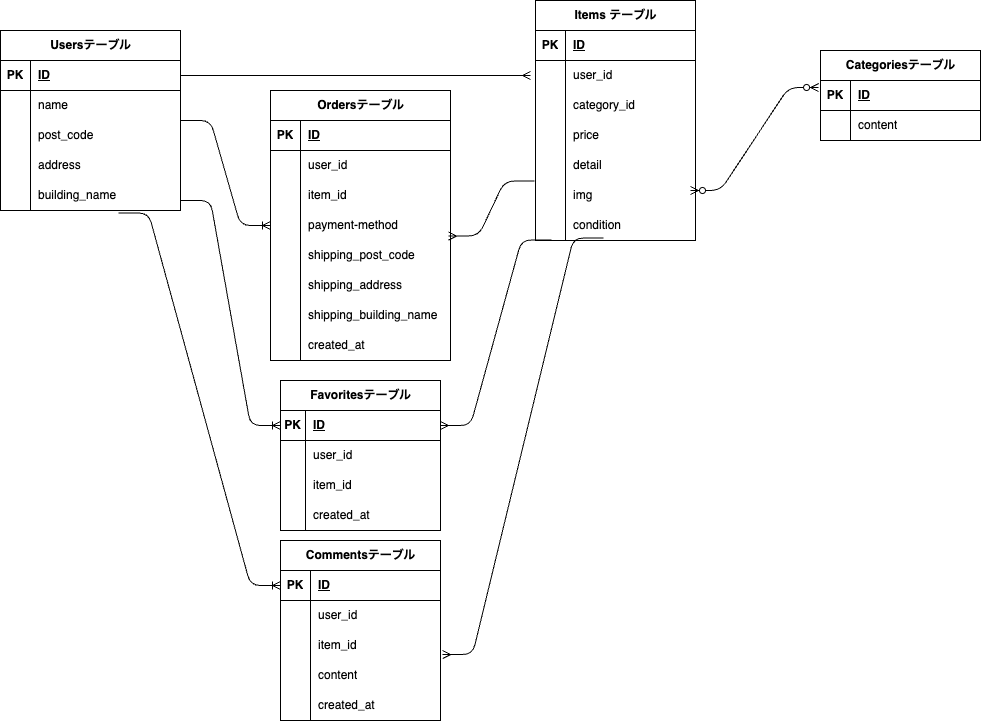
This is Mock-caseER.drawio.png from kazyuaki/flea-market-app, a draw.io export, as it was before one commit. Source tidied: cells renumbered, new cells last; positions are measured from the earlier drawing's top-left corner, leaving out a move shared by most shapes.
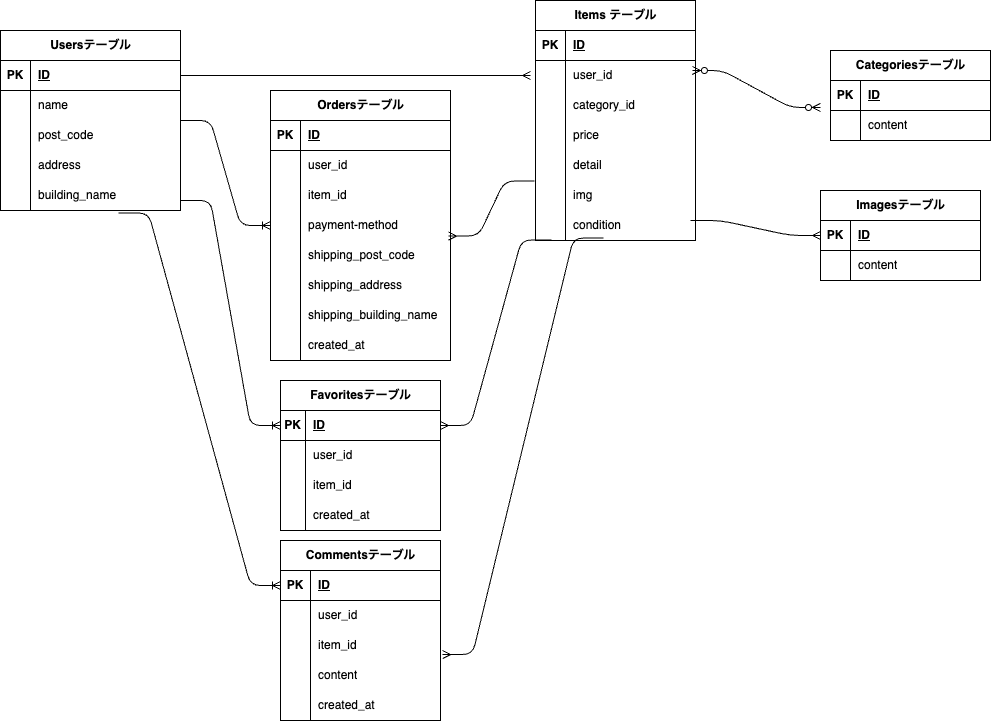
Later version of the same file.

What changed in the source:
```diff
@@ -116,8 +116,8 @@
     <mxCell id="39" value="&lt;span style=&quot;color: rgb(0, 0, 0);&quot;&gt;condition&lt;/span&gt;" style="shape=partialRectangle;fillColor=none;top=0;left=0;bottom=0;right=0;align=left;spacingLeft=6;overflow=hidden;whiteSpace=wrap;html=1;" parent="37" vertex="1">
       <mxGeometry x="30" width="130" height="30" as="geometry" />
     </mxCell>
-    <mxCell id="40" value="Categoriesテーブル" style="shape=table;startSize=30;rowLines=0;fontStyle=1;align=center;html=1;" parent="1" vertex="1">
-      <mxGeometry x="820" y="50" width="160" height="90" as="geometry" />
+    <mxCell id="40" value="Imagesテーブル" style="shape=table;startSize=30;rowLines=0;fontStyle=1;align=center;html=1;" parent="1" vertex="1">
+      <mxGeometry x="820" y="190" width="160" height="90" as="geometry" />
     </mxCell>
     <mxCell id="41" style="shape=tableRow;horizontal=0;startSize=0;swimlaneHead=0;swimlaneBody=0;fillColor=none;points=[[0,0.5],[1,0.5]];portConstraint=eastwest;top=0;left=0;right=0;bottom=1;" parent="40" vertex="1">
       <mxGeometry y="30" width="160" height="30" as="geometry" />
@@ -326,10 +326,37 @@
     <mxCell id="107" style="edgeStyle=entityRelationEdgeStyle;fontSize=12;html=1;endArrow=ERmany;entryX=1.013;entryY=0.8;entryDx=0;entryDy=0;exitX=0.425;exitY=0.917;exitDx=0;exitDy=0;exitPerimeter=0;entryPerimeter=0;" parent="1" edge="1" source="37" target="92">
       <mxGeometry relative="1" as="geometry" />
     </mxCell>
-    <mxCell id="108" style="edgeStyle=entityRelationEdgeStyle;fontSize=12;html=1;endArrow=ERzeroToMany;endFill=1;startArrow=ERzeroToMany;entryX=-0.012;entryY=0.233;entryDx=0;entryDy=0;entryPerimeter=0;" parent="1" edge="1" target="41">
+    <mxCell id="108" style="edgeStyle=entityRelationEdgeStyle;fontSize=12;html=1;endArrow=ERzeroToMany;endFill=1;startArrow=ERzeroToMany;entryX=-0.012;entryY=0.233;entryDx=0;entryDy=0;entryPerimeter=0;" parent="1" edge="1">
       <mxGeometry relative="1" as="geometry">
-        <mxPoint x="690" y="190" as="sourcePoint" />
+        <mxPoint x="691.9" y="70" as="sourcePoint" />
+        <mxPoint x="820" y="107" as="targetPoint" />
       </mxGeometry>
     </mxCell>
+    <mxCell id="109" value="Categoriesテーブル" style="shape=table;startSize=30;rowLines=0;fontStyle=1;align=center;html=1;" parent="1" vertex="1">
+      <mxGeometry x="830" y="50" width="160" height="90" as="geometry" />
+    </mxCell>
+    <mxCell id="110" style="shape=tableRow;horizontal=0;startSize=0;swimlaneHead=0;swimlaneBody=0;fillColor=none;top=0;left=0;right=0;bottom=1;" parent="109" vertex="1">
+      <mxGeometry y="30" width="160" height="30" as="geometry" />
+    </mxCell>
+    <mxCell id="111" value="PK" style="shape=partialRectangle;fillColor=none;top=0;left=0;bottom=0;right=0;fontStyle=1;overflow=hidden;whiteSpace=wrap;html=1;" parent="110" vertex="1">
+      <mxGeometry width="30" height="30" as="geometry" />
+    </mxCell>
+    <mxCell id="112" value="ID" style="shape=partialRectangle;fillColor=none;top=0;left=0;bottom=0;right=0;align=left;spacingLeft=6;fontStyle=5;overflow=hidden;whiteSpace=wrap;html=1;" parent="110" vertex="1">
+      <mxGeometry x="30" width="130" height="30" as="geometry" />
+    </mxCell>
+    <mxCell id="113" style="shape=tableRow;horizontal=0;startSize=0;swimlaneHead=0;swimlaneBody=0;fillColor=none;top=0;left=0;right=0;bottom=0;" parent="109" vertex="1">
+      <mxGeometry y="60" width="160" height="30" as="geometry" />
+    </mxCell>
+    <mxCell id="114" style="shape=partialRectangle;fillColor=none;top=0;left=0;bottom=0;right=0;overflow=hidden;whiteSpace=wrap;html=1;" parent="113" vertex="1">
+      <mxGeometry width="30" height="30" as="geometry" />
+    </mxCell>
+    <mxCell id="115" value="content" style="shape=partialRectangle;fillColor=none;top=0;left=0;bottom=0;right=0;align=left;spacingLeft=6;overflow=hidden;whiteSpace=wrap;html=1;" parent="113" vertex="1">
+      <mxGeometry x="30" width="130" height="30" as="geometry" />
+    </mxCell>
+    <mxCell id="116" style="edgeStyle=entityRelationEdgeStyle;fontSize=12;html=1;endArrow=ERmany;" parent="1" edge="1" target="41">
+      <mxGeometry relative="1" as="geometry">
+        <mxPoint x="690" y="220" as="sourcePoint" />
+      </mxGeometry>
+    </mxCell>
   </root>
 </mxGraphModel>
```
